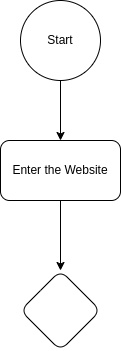
Before: demo.drawio.png, a diagram exported from draw.io (MarkRyuo/-OOP-Object-Oriented-Programming). Source tidied: cells renumbered, new cells last; positions are measured from the earlier drawing's top-left corner, leaving out a move shared by most shapes. Its diagram source:
```xml
<mxGraphModel>
  <root>
    <mxCell id="0" />
    <mxCell id="1" parent="0" />
    <mxCell id="2" style="edgeStyle=none;html=1;entryX=0.5;entryY=0;entryDx=0;entryDy=0;" parent="1" edge="1" source="3" target="5">
      <mxGeometry relative="1" as="geometry" />
    </mxCell>
    <mxCell id="3" value="Start" style="ellipse;whiteSpace=wrap;html=1;" parent="1" vertex="1">
      <mxGeometry x="20" width="80" height="80" as="geometry" />
    </mxCell>
    <mxCell id="4" style="edgeStyle=none;html=1;" parent="1" edge="1" source="5" target="6">
      <mxGeometry relative="1" as="geometry" />
    </mxCell>
    <mxCell id="5" value="Enter the Website" style="rounded=1;whiteSpace=wrap;html=1;" parent="1" vertex="1">
      <mxGeometry y="140" width="120" height="60" as="geometry" />
    </mxCell>
    <mxCell id="6" style="rhombus;whiteSpace=wrap;html=1;rounded=1;" parent="1" vertex="1">
      <mxGeometry x="20" y="270" width="80" height="80" as="geometry" />
    </mxCell>
  </root>
</mxGraphModel>
```
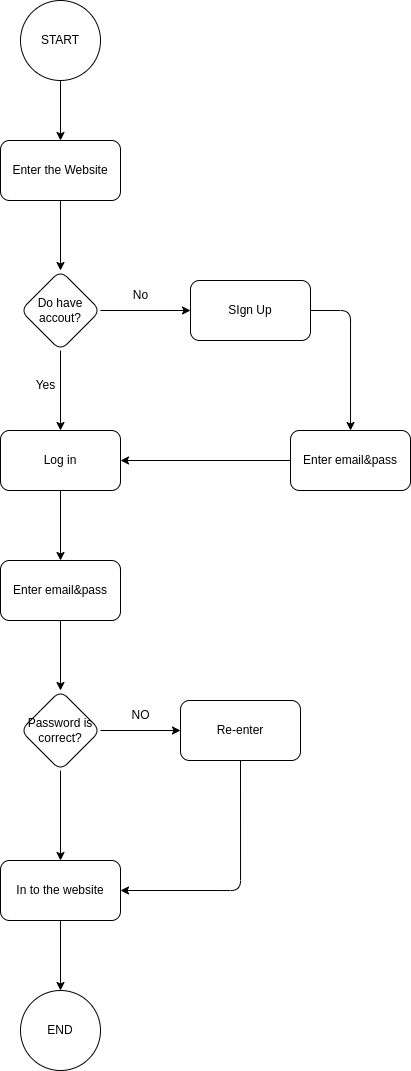
After the commit.

Diff of the diagram source:
```diff
@@ -5,7 +5,7 @@
     <mxCell id="2" style="edgeStyle=none;html=1;entryX=0.5;entryY=0;entryDx=0;entryDy=0;" parent="1" edge="1" source="3" target="5">
       <mxGeometry relative="1" as="geometry" />
     </mxCell>
-    <mxCell id="3" value="Start" style="ellipse;whiteSpace=wrap;html=1;" parent="1" vertex="1">
+    <mxCell id="3" value="START" style="ellipse;whiteSpace=wrap;html=1;" parent="1" vertex="1">
       <mxGeometry x="20" width="80" height="80" as="geometry" />
     </mxCell>
     <mxCell id="4" style="edgeStyle=none;html=1;" parent="1" edge="1" source="5" target="6">
@@ -14,8 +14,71 @@
     <mxCell id="5" value="Enter the Website" style="rounded=1;whiteSpace=wrap;html=1;" parent="1" vertex="1">
       <mxGeometry y="140" width="120" height="60" as="geometry" />
     </mxCell>
+    <mxCell id="7" style="edgeStyle=none;html=1;" parent="1" edge="1" source="6" target="10">
+      <mxGeometry relative="1" as="geometry" />
+    </mxCell>
+    <mxCell id="8" style="edgeStyle=none;html=1;" parent="1" edge="1" source="6" target="13">
+      <mxGeometry relative="1" as="geometry" />
+    </mxCell>
-    <mxCell id="6" style="rhombus;whiteSpace=wrap;html=1;rounded=1;" parent="1" vertex="1">
+    <mxCell id="6" value="Do have accout?" style="rhombus;whiteSpace=wrap;html=1;rounded=1;" parent="1" vertex="1">
       <mxGeometry x="20" y="270" width="80" height="80" as="geometry" />
     </mxCell>
+    <mxCell id="9" style="edgeStyle=orthogonalEdgeStyle;html=1;exitX=1;exitY=0.5;exitDx=0;exitDy=0;" parent="1" edge="1" source="10" target="27">
+      <mxGeometry relative="1" as="geometry" />
+    </mxCell>
+    <mxCell id="10" value="SIgn Up" style="whiteSpace=wrap;html=1;rounded=1;" parent="1" vertex="1">
+      <mxGeometry x="190" y="280" width="120" height="60" as="geometry" />
+    </mxCell>
+    <mxCell id="11" value="No&lt;br&gt;" style="text;html=1;align=center;verticalAlign=middle;strokeColor=none;fillColor=none;" parent="1" vertex="1">
+      <mxGeometry x="120" y="280" width="40" height="30" as="geometry" />
+    </mxCell>
+    <mxCell id="12" style="edgeStyle=none;html=1;" parent="1" edge="1" source="13" target="16">
+      <mxGeometry relative="1" as="geometry" />
+    </mxCell>
+    <mxCell id="13" value="Log in" style="whiteSpace=wrap;html=1;rounded=1;" parent="1" vertex="1">
+      <mxGeometry y="430" width="120" height="60" as="geometry" />
+    </mxCell>
+    <mxCell id="14" value="Yes&lt;br&gt;" style="text;html=1;align=center;verticalAlign=middle;strokeColor=none;fillColor=none;" parent="1" vertex="1">
+      <mxGeometry x="25" y="370" width="40" height="30" as="geometry" />
+    </mxCell>
+    <mxCell id="15" style="edgeStyle=orthogonalEdgeStyle;html=1;" parent="1" edge="1" source="16" target="19">
+      <mxGeometry relative="1" as="geometry" />
+    </mxCell>
+    <mxCell id="16" value="Enter email&amp;amp;pass" style="whiteSpace=wrap;html=1;rounded=1;" parent="1" vertex="1">
+      <mxGeometry y="560" width="120" height="60" as="geometry" />
+    </mxCell>
+    <mxCell id="17" style="edgeStyle=orthogonalEdgeStyle;html=1;" parent="1" edge="1" source="19" target="21">
+      <mxGeometry relative="1" as="geometry" />
+    </mxCell>
+    <mxCell id="18" style="edgeStyle=orthogonalEdgeStyle;html=1;" parent="1" edge="1" source="19" target="24">
+      <mxGeometry relative="1" as="geometry" />
+    </mxCell>
+    <mxCell id="19" value="Password is correct?" style="rhombus;whiteSpace=wrap;html=1;rounded=1;" parent="1" vertex="1">
+      <mxGeometry x="20" y="690" width="80" height="80" as="geometry" />
+    </mxCell>
+    <mxCell id="20" style="edgeStyle=orthogonalEdgeStyle;html=1;exitX=0.5;exitY=1;exitDx=0;exitDy=0;entryX=1;entryY=0.5;entryDx=0;entryDy=0;" parent="1" edge="1" source="21" target="24">
+      <mxGeometry relative="1" as="geometry" />
+    </mxCell>
+    <mxCell id="21" value="Re-enter" style="whiteSpace=wrap;html=1;rounded=1;" parent="1" vertex="1">
+      <mxGeometry x="180" y="700" width="120" height="60" as="geometry" />
+    </mxCell>
+    <mxCell id="22" value="NO&lt;br&gt;" style="text;html=1;align=center;verticalAlign=middle;strokeColor=none;fillColor=none;" parent="1" vertex="1">
+      <mxGeometry x="120" y="700" width="40" height="30" as="geometry" />
+    </mxCell>
+    <mxCell id="23" style="edgeStyle=orthogonalEdgeStyle;html=1;" parent="1" edge="1" source="24" target="25">
+      <mxGeometry relative="1" as="geometry" />
+    </mxCell>
+    <mxCell id="24" value="In to the website" style="whiteSpace=wrap;html=1;rounded=1;" parent="1" vertex="1">
+      <mxGeometry y="860" width="120" height="60" as="geometry" />
+    </mxCell>
+    <mxCell id="25" value="END" style="ellipse;whiteSpace=wrap;html=1;rounded=1;" parent="1" vertex="1">
+      <mxGeometry x="20" y="990" width="80" height="80" as="geometry" />
+    </mxCell>
+    <mxCell id="26" style="edgeStyle=orthogonalEdgeStyle;html=1;" parent="1" edge="1" source="27" target="13">
+      <mxGeometry relative="1" as="geometry" />
+    </mxCell>
+    <mxCell id="27" value="Enter email&amp;amp;pass" style="whiteSpace=wrap;html=1;rounded=1;" parent="1" vertex="1">
+      <mxGeometry x="290" y="430" width="120" height="60" as="geometry" />
+    </mxCell>
   </root>
 </mxGraphModel>
```
